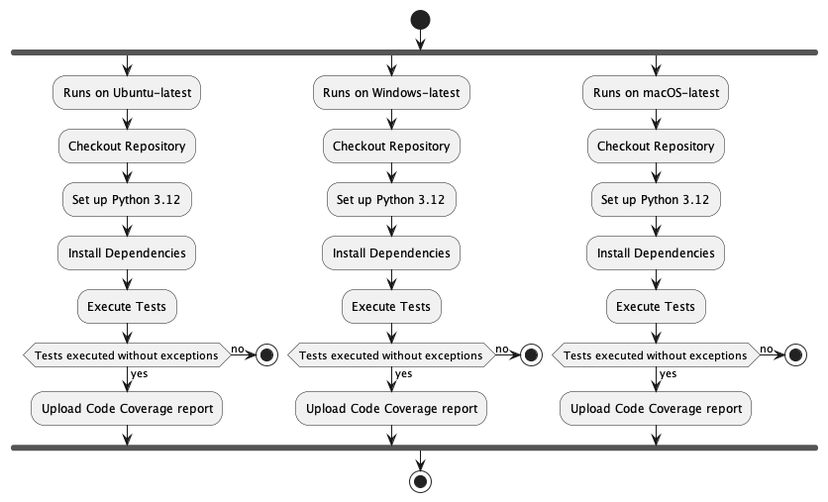
ssg-wsg/Sample-Codes keeps this PlantUML diagram as SSG-API-Testing-Application-v2/docs/assets/developer-guide/CICDActivityDiagram.png. Above is the earlier version.
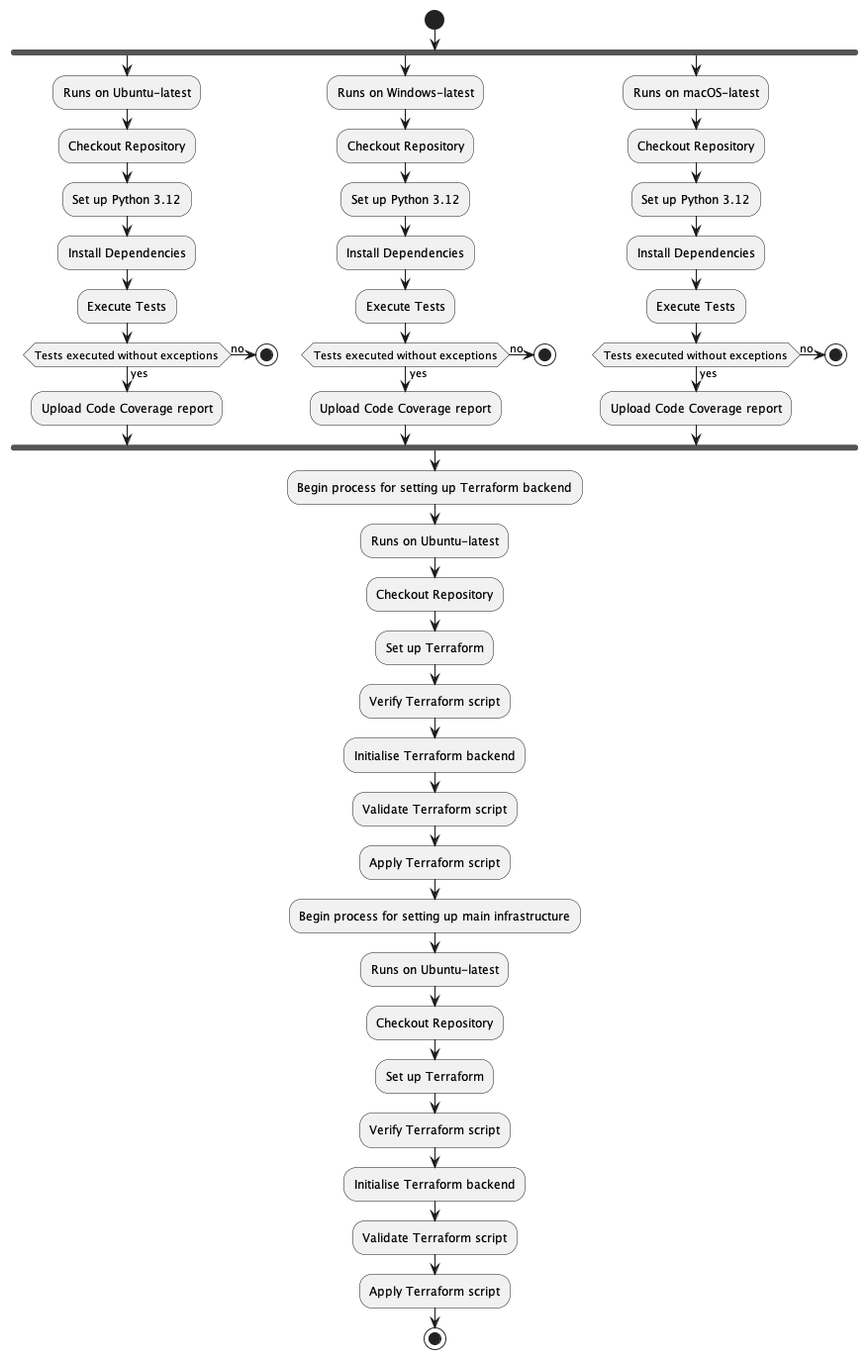
Later version of the same file.

Change to the diagram source:
```diff
@@ -40,6 +40,25 @@
 endif
 
 endfork
+
+:Begin process for setting up Terraform backend;
+:Runs on Ubuntu-latest;
+:Checkout Repository;
+:Set up Terraform;
+:Verify Terraform script;
+:Initialise Terraform backend;
+:Validate Terraform script;
+:Apply Terraform script;
+
+:Begin process for setting up main infrastructure;
+:Runs on Ubuntu-latest;
+:Checkout Repository;
+:Set up Terraform;
+:Verify Terraform script;
+:Initialise Terraform backend;
+:Validate Terraform script;
+:Apply Terraform script;
 stop
 
+
 @enduml
```
